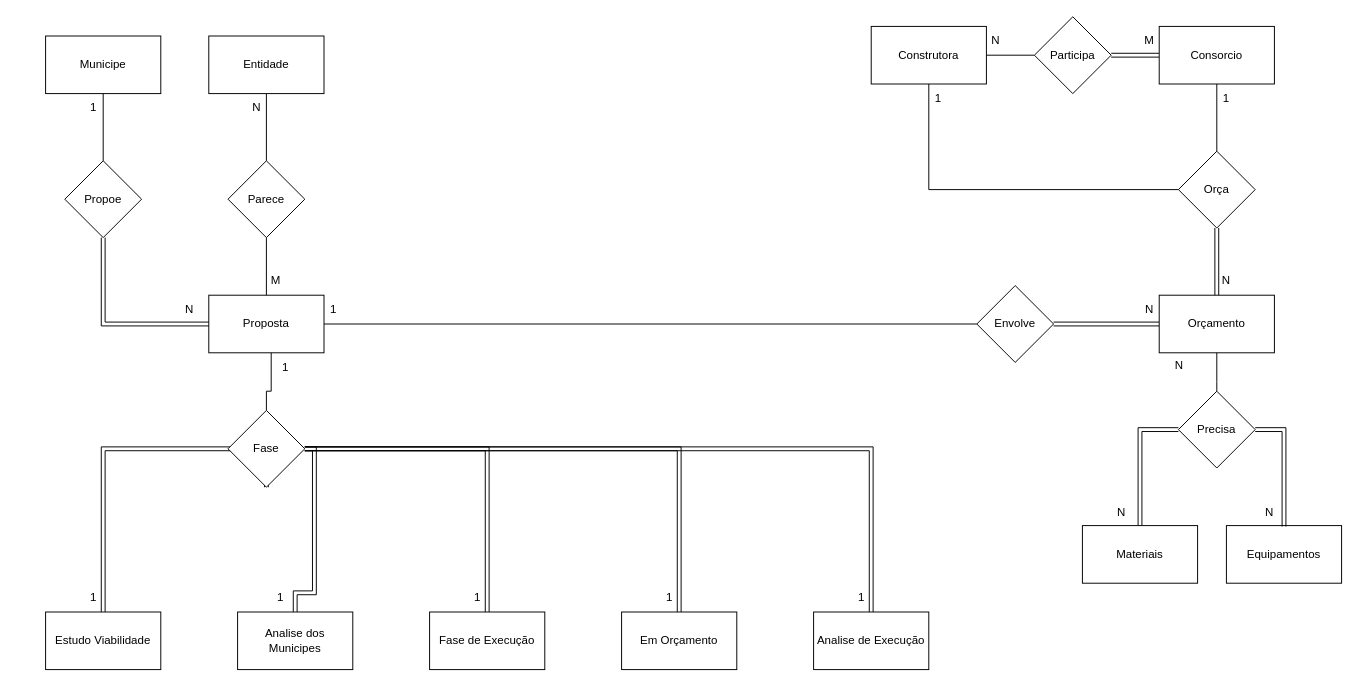
This is TrabalhoFinal.drawio from Nuno-Goncalves1/Sql-ER, a draw.io file, before an edit. Source tidied: cells renumbered, new cells numbered last; positions are measured from the earlier drawing's top-left corner, leaving out a move shared by most shapes. Both pictures are drawn from the tidied source at 96%, with x=0, y=0 at pixel (45, 16).
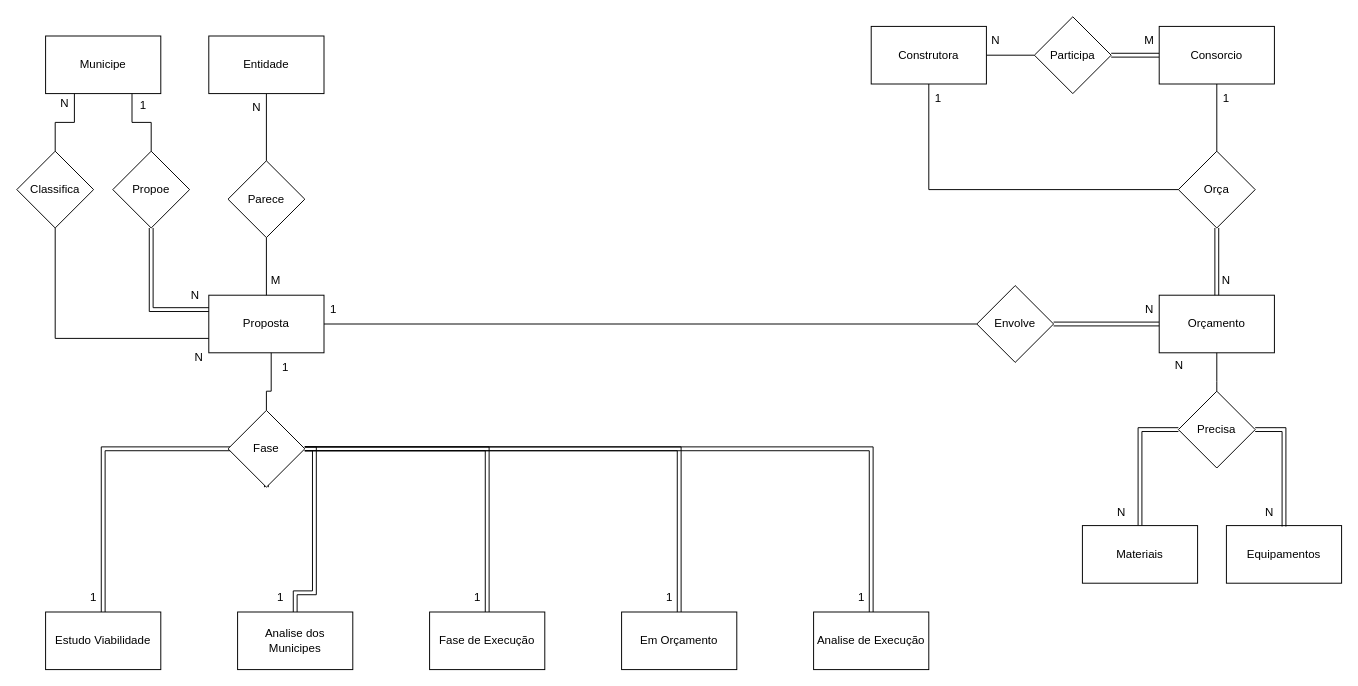
Above is the later version.

The change refers to these unchanged cells:
```xml
<mxCell id="3" value="Municipe" style="rounded=0;whiteSpace=wrap;html=1;" parent="1" vertex="1">
  <mxGeometry y="20" width="120" height="60" as="geometry" />
</mxCell>
<mxCell id="4" value="Proposta" style="rounded=0;whiteSpace=wrap;html=1;" parent="1" vertex="1">
  <mxGeometry x="170" y="290" width="120" height="60" as="geometry" />
</mxCell>
```

What changed in the source:
```diff
@@
-    <mxCell id="2" style="edgeStyle=orthogonalEdgeStyle;rounded=0;jettySize=auto;html=1;exitX=0.5;exitY=1;exitDx=0;exitDy=0;endArrow=none;startFill=0;" parent="1" edge="1" source="3" target="6">
-      <mxGeometry relative="1" as="geometry" />
-    </mxCell>
@@
-    <mxCell id="5" style="edgeStyle=orthogonalEdgeStyle;rounded=0;jettySize=auto;html=1;exitX=0.5;exitY=1;exitDx=0;exitDy=0;entryX=0;entryY=0.5;entryDx=0;entryDy=0;shape=link;" parent="1" edge="1" source="6" target="4">
-      <mxGeometry relative="1" as="geometry" />
+    <mxCell id="5" style="edgeStyle=orthogonalEdgeStyle;rounded=0;jettySize=auto;html=1;entryX=0;entryY=0.25;entryDx=0;entryDy=0;shape=link;" parent="1" edge="1" source="6" target="4">
+      <mxGeometry relative="1" as="geometry">
+        <Array as="points">
+          <mxPoint x="110" y="305" />
+        </Array>
+      </mxGeometry>
     </mxCell>
+    <mxCell id="62" style="edgeStyle=orthogonalEdgeStyle;rounded=0;jettySize=auto;html=1;entryX=0.75;entryY=1;entryDx=0;entryDy=0;endArrow=none;startFill=0;" parent="1" edge="1" source="6" target="3">
+      <mxGeometry relative="1" as="geometry" />
+    </mxCell>
     <mxCell id="6" value="Propoe" style="rhombus;whiteSpace=wrap;html=1;" parent="1" vertex="1">
-      <mxGeometry x="20" y="150" width="80" height="80" as="geometry" />
+      <mxGeometry x="70" y="140" width="80" height="80" as="geometry" />
     </mxCell>
-    <mxCell id="7" value="1" style="text;html=1;align=center;verticalAlign=middle;whiteSpace=wrap;rounded=0;" parent="1" vertex="1">
-      <mxGeometry x="20" y="80" width="60" height="30" as="geometry" />
-    </mxCell>
     <mxCell id="8" value="N" style="text;html=1;align=center;verticalAlign=middle;whiteSpace=wrap;rounded=0;" parent="1" vertex="1">
-      <mxGeometry x="120" y="290" width="60" height="30" as="geometry" />
+      <mxGeometry x="126" y="275" width="60" height="30" as="geometry" />
     </mxCell>
@@
+    <mxCell id="63" style="edgeStyle=orthogonalEdgeStyle;rounded=0;jettySize=auto;html=1;exitX=0.5;exitY=0;exitDx=0;exitDy=0;entryX=0.25;entryY=1;entryDx=0;entryDy=0;endArrow=none;startFill=0;" parent="1" edge="1" source="65" target="3">
+      <mxGeometry relative="1" as="geometry" />
+    </mxCell>
+    <mxCell id="64" style="edgeStyle=orthogonalEdgeStyle;rounded=0;jettySize=auto;html=1;entryX=0;entryY=0.75;entryDx=0;entryDy=0;endArrow=none;startFill=0;" parent="1" edge="1" source="65" target="4">
+      <mxGeometry relative="1" as="geometry">
+        <Array as="points">
+          <mxPoint x="10" y="335" />
+        </Array>
+      </mxGeometry>
+    </mxCell>
+    <mxCell id="65" value="Classifica" style="rhombus;whiteSpace=wrap;html=1;" parent="1" vertex="1">
+      <mxGeometry x="-30" y="140" width="80" height="80" as="geometry" />
+    </mxCell>
+    <mxCell id="66" value="N" style="text;html=1;align=center;verticalAlign=middle;whiteSpace=wrap;rounded=0;" parent="1" vertex="1">
+      <mxGeometry x="-10" y="75" width="60" height="30" as="geometry" />
+    </mxCell>
+    <mxCell id="67" value="N" style="text;html=1;align=center;verticalAlign=middle;whiteSpace=wrap;rounded=0;" parent="1" vertex="1">
+      <mxGeometry x="130" y="340" width="60" height="30" as="geometry" />
+    </mxCell>
+    <mxCell id="7" value="1" style="text;html=1;align=center;verticalAlign=middle;whiteSpace=wrap;rounded=0;" parent="1" vertex="1">
+      <mxGeometry x="72" y="78" width="60" height="30" as="geometry" />
+    </mxCell>
```
